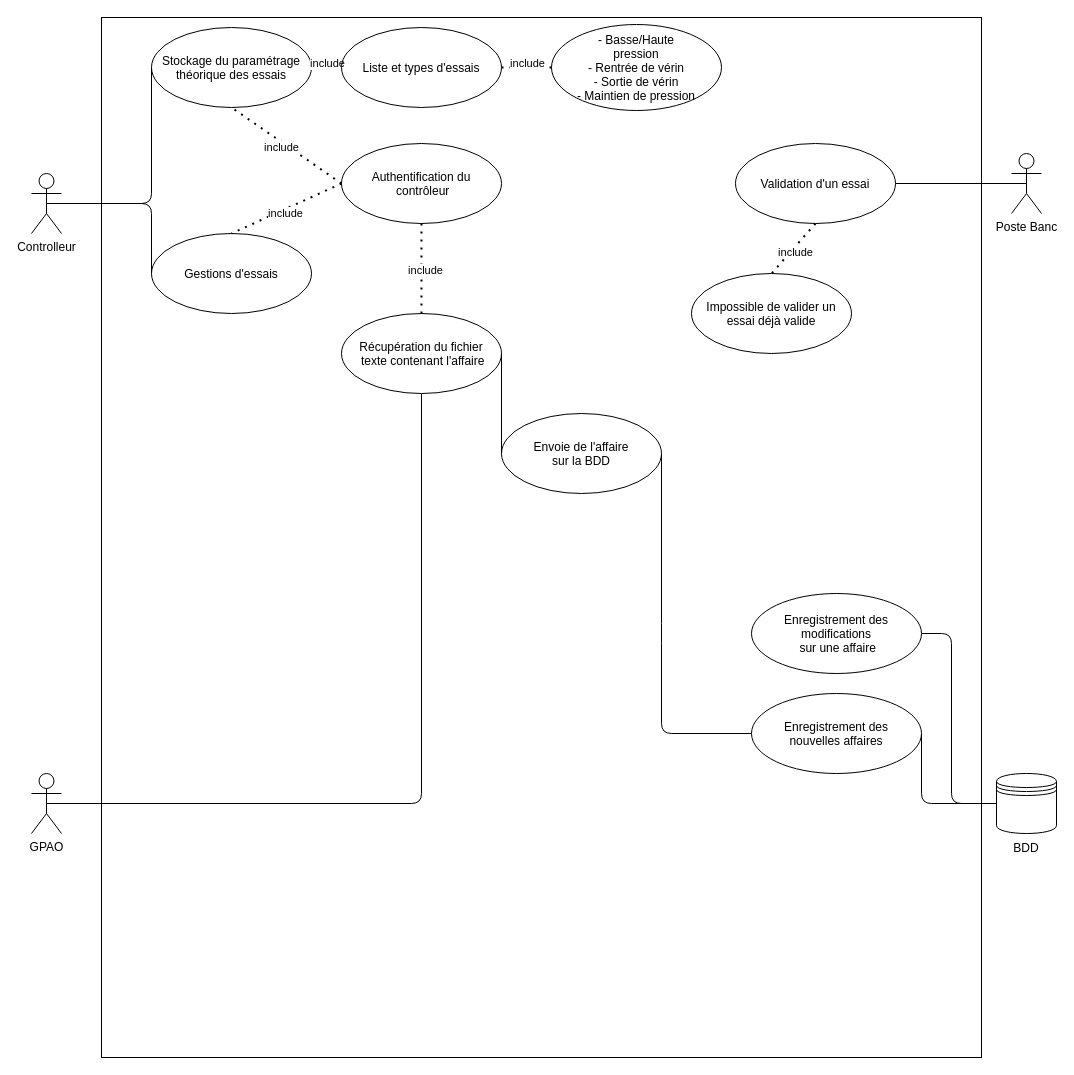
Earlier version of the draw.io diagram Analyse/Hugo/diagrammeDUtilisationHugo.drawio (MRCThomas/testDeVerinSurBancHydraulique). Source tidied: cells renumbered, new cells numbered last; positions are measured from the earlier drawing's top-left corner, leaving out a move shared by most shapes. Both pictures are drawn from the tidied source at 100%, with x=0, y=0 at pixel (31, 17).
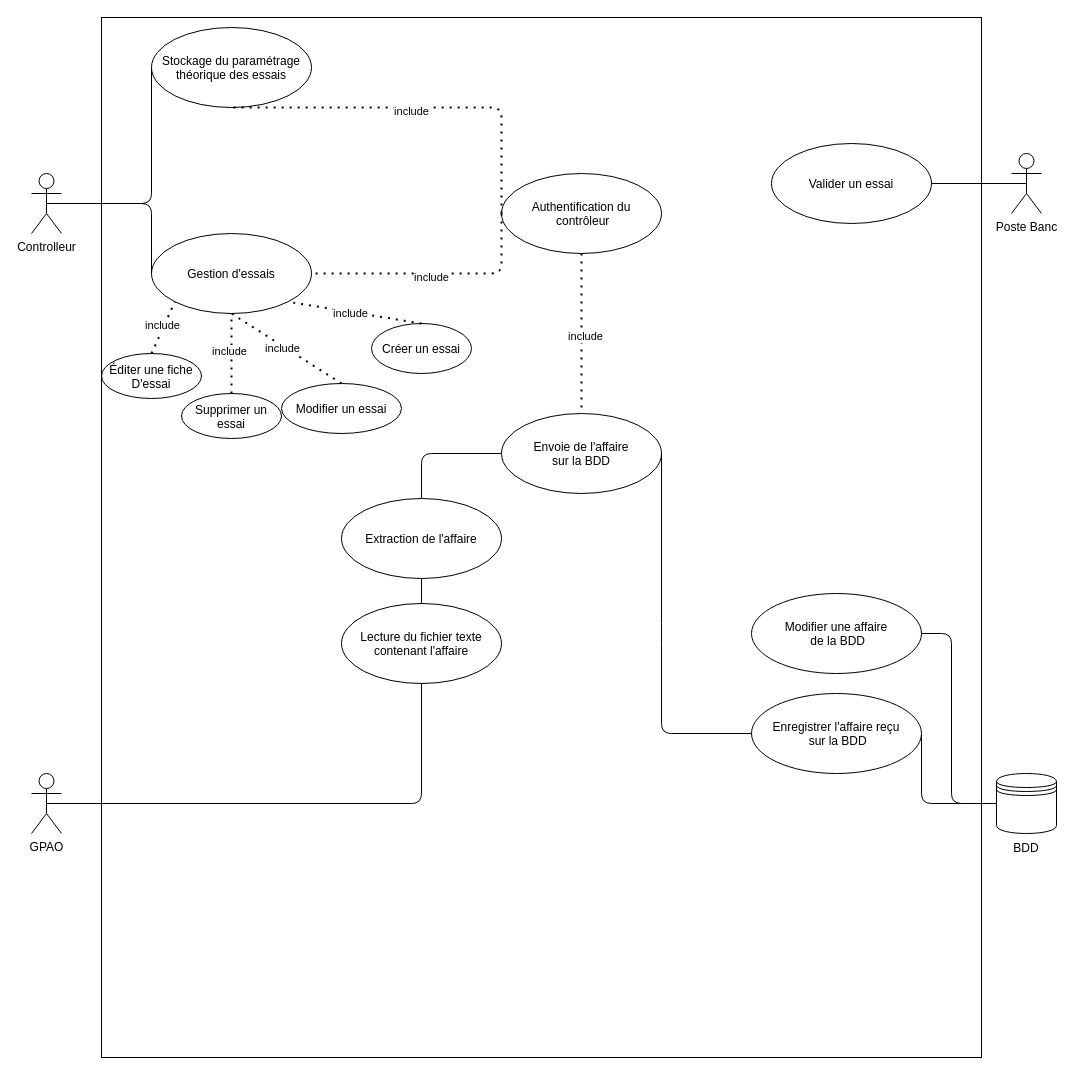
The same page after the edit.

Commit message:
UseCase Hugo

Modification et création de cas d'utilisations

Unchanged cells that the change refers to:
```xml
<mxCell id="12" value="Envoie de l'affaire&#10;sur la BDD" style="ellipse;fillColor=none;" parent="1" vertex="1">
  <mxGeometry x="470" y="396" width="160" height="80" as="geometry" />
</mxCell>
<mxCell id="19" value="Stockage du paramétrage&#10;théorique des essais" style="ellipse;fillColor=none;" parent="1" vertex="1">
  <mxGeometry x="120" y="10" width="160" height="80" as="geometry" />
</mxCell>
```

Diff of the diagram source:
```diff
@@
-    <mxCell id="9" value="Récupération du fichier&#10; texte contenant l'affaire" style="ellipse;fillColor=none;" parent="1" vertex="1">
-      <mxGeometry x="310" y="296" width="160" height="80" as="geometry" />
+    <mxCell id="9" value="Lecture du fichier texte&#10;contenant l'affaire" style="ellipse;fillColor=none;" parent="1" vertex="1">
+      <mxGeometry x="310" y="586" width="160" height="80" as="geometry" />
     </mxCell>
@@
-    <mxCell id="11" value="include" style="endArrow=none;dashed=1;html=1;dashPattern=1 3;strokeWidth=2;entryX=0.5;entryY=0;entryDx=0;entryDy=0;exitX=0.5;exitY=1;exitDx=0;exitDy=0;" parent="1" edge="1" source="13" target="9">
+    <mxCell id="11" value="include" style="endArrow=none;dashed=1;html=1;dashPattern=1 3;strokeWidth=2;entryX=0.5;entryY=0;entryDx=0;entryDy=0;exitX=0.5;exitY=1;exitDx=0;exitDy=0;" parent="1" edge="1" source="13" target="12">
       <mxGeometry x="0.04" y="4" relative="1" as="geometry" />
     </mxCell>
@@
     <mxCell id="13" value="Authentification du&#10; contrôleur" style="ellipse;fillColor=none;" parent="1" vertex="1">
-      <mxGeometry x="310" y="126" width="160" height="80" as="geometry" />
+      <mxGeometry x="470" y="156" width="160" height="80" as="geometry" />
     </mxCell>
-    <mxCell id="14" style="endArrow=none;html=1;exitX=1;exitY=0.5;exitDx=0;exitDy=0;entryX=0;entryY=0.5;entryDx=0;entryDy=0;" parent="1" edge="1" source="9" target="12">
-      <mxGeometry relative="1" as="geometry" />
+    <mxCell id="14" style="endArrow=none;html=1;exitX=0.5;exitY=0;exitDx=0;exitDy=0;entryX=0;entryY=0.5;entryDx=0;entryDy=0;" parent="1" edge="1" source="33" target="12">
+      <mxGeometry relative="1" as="geometry">
+        <Array as="points">
+          <mxPoint x="390" y="436" />
+        </Array>
+      </mxGeometry>
     </mxCell>
-    <mxCell id="15" value="Enregistrement des &#10;modifications&#10; sur une affaire" style="ellipse;fillColor=none;" parent="1" vertex="1">
+    <mxCell id="15" value="Modifier une affaire&#10; de la BDD" style="ellipse;fillColor=none;" parent="1" vertex="1">
       <mxGeometry x="720" y="576" width="170" height="80" as="geometry" />
     </mxCell>
@@
-    <mxCell id="17" value="Enregistrement des &#10;nouvelles affaires" style="ellipse;fillColor=none;" parent="1" vertex="1">
+    <mxCell id="17" value="Enregistrer l'affaire reçu&#10; sur la BDD" style="ellipse;fillColor=none;" parent="1" vertex="1">
       <mxGeometry x="720" y="676" width="170" height="80" as="geometry" />
     </mxCell>
@@
-    <mxCell id="20" value="include" style="endArrow=none;dashed=1;html=1;dashPattern=1 3;strokeWidth=2;exitX=1;exitY=0.5;exitDx=0;exitDy=0;entryX=0;entryY=0.5;entryDx=0;entryDy=0;" parent="1" edge="1" source="19" target="21">
-      <mxGeometry x="0.04" y="4" relative="1" as="geometry" />
-    </mxCell>
-    <mxCell id="21" value="Liste et types d'essais" style="ellipse;fillColor=none;" parent="1" vertex="1">
-      <mxGeometry x="310" y="10" width="160" height="80" as="geometry" />
-    </mxCell>
@@
-    <mxCell id="23" value="include" style="endArrow=none;dashed=1;html=1;dashPattern=1 3;strokeWidth=2;exitX=1;exitY=0.5;exitDx=0;exitDy=0;entryX=0;entryY=0.5;entryDx=0;entryDy=0;" parent="1" edge="1" source="21" target="24">
-      <mxGeometry x="0.04" y="4" relative="1" as="geometry" />
-    </mxCell>
-    <mxCell id="24" value="- Basse/Haute &#10;pression&#10;- Rentrée de vérin&#10;- Sortie de vérin&#10;- Maintien de pression" style="ellipse;fillColor=none;" parent="1" vertex="1">
-      <mxGeometry x="520" y="7" width="170" height="86" as="geometry" />
-    </mxCell>
     <mxCell id="25" value="include" style="endArrow=none;dashed=1;html=1;dashPattern=1 3;strokeWidth=2;entryX=0.5;entryY=1;entryDx=0;entryDy=0;exitX=0;exitY=0.5;exitDx=0;exitDy=0;" parent="1" edge="1" source="13" target="19">
-      <mxGeometry x="0.04" y="4" relative="1" as="geometry" />
+      <mxGeometry x="0.04" y="4" relative="1" as="geometry">
+        <Array as="points">
+          <mxPoint x="470" y="90" />
+        </Array>
+      </mxGeometry>
     </mxCell>
-    <mxCell id="26" value="Gestions d'essais" style="ellipse;fillColor=none;" parent="1" vertex="1">
+    <mxCell id="26" value="Gestion d'essais" style="ellipse;fillColor=none;" parent="1" vertex="1">
       <mxGeometry x="120" y="216" width="160" height="80" as="geometry" />
     </mxCell>
@@
-    <mxCell id="28" value="include" style="endArrow=none;dashed=1;html=1;dashPattern=1 3;strokeWidth=2;entryX=0.5;entryY=0;entryDx=0;entryDy=0;exitX=0;exitY=0.5;exitDx=0;exitDy=0;" parent="1" edge="1" source="13" target="26">
-      <mxGeometry x="0.04" y="4" relative="1" as="geometry" />
+    <mxCell id="28" value="include" style="endArrow=none;dashed=1;html=1;dashPattern=1 3;strokeWidth=2;entryX=1;entryY=0.5;entryDx=0;entryDy=0;exitX=0;exitY=0.5;exitDx=0;exitDy=0;" parent="1" edge="1" source="13" target="26">
+      <mxGeometry x="0.04" y="4" relative="1" as="geometry">
+        <Array as="points">
+          <mxPoint x="470" y="256" />
+        </Array>
+      </mxGeometry>
     </mxCell>
-    <mxCell id="29" value="Validation d'un essai" style="ellipse;fillColor=none;" parent="1" vertex="1">
-      <mxGeometry x="704" y="126" width="160" height="80" as="geometry" />
+    <mxCell id="29" value="Valider un essai" style="ellipse;fillColor=none;" parent="1" vertex="1">
+      <mxGeometry x="740" y="126" width="160" height="80" as="geometry" />
     </mxCell>
@@
-    <mxCell id="31" value="Impossible de valider un &#10;essai déjà valide" style="ellipse;fillColor=none;" parent="1" vertex="1">
-      <mxGeometry x="660" y="256" width="160" height="80" as="geometry" />
-    </mxCell>
-    <mxCell id="32" value="include" style="endArrow=none;dashed=1;html=1;dashPattern=1 3;strokeWidth=2;entryX=0.5;entryY=0;entryDx=0;entryDy=0;exitX=0.5;exitY=1;exitDx=0;exitDy=0;" parent="1" edge="1" source="29" target="31">
-      <mxGeometry x="0.04" y="4" relative="1" as="geometry" />
-    </mxCell>
+    <mxCell id="33" value="Extraction de l'affaire" style="ellipse;fillColor=none;" parent="1" vertex="1">
+      <mxGeometry x="310" y="481" width="160" height="80" as="geometry" />
+    </mxCell>
+    <mxCell id="34" style="endArrow=none;html=1;exitX=0.5;exitY=0;exitDx=0;exitDy=0;entryX=0.5;entryY=1;entryDx=0;entryDy=0;" parent="1" edge="1" source="9" target="33">
+      <mxGeometry relative="1" as="geometry" />
+    </mxCell>
+    <mxCell id="35" value="include" style="endArrow=none;dashed=1;html=1;dashPattern=1 3;strokeWidth=2;entryX=1;entryY=1;entryDx=0;entryDy=0;exitX=0.5;exitY=0;exitDx=0;exitDy=0;" parent="1" edge="1" source="36" target="26">
+      <mxGeometry x="0.06" y="2" relative="1" as="geometry" />
+    </mxCell>
+    <mxCell id="36" value="Créer un essai" style="ellipse;fillColor=none;" parent="1" vertex="1">
+      <mxGeometry x="340" y="306" width="100" height="50" as="geometry" />
+    </mxCell>
+    <mxCell id="37" value="Modifier un essai" style="ellipse;fillColor=none;" parent="1" vertex="1">
+      <mxGeometry x="250" y="366" width="120" height="50" as="geometry" />
+    </mxCell>
+    <mxCell id="38" value="include" style="endArrow=none;dashed=1;html=1;dashPattern=1 3;strokeWidth=2;entryX=0.5;entryY=1;entryDx=0;entryDy=0;exitX=0.5;exitY=0;exitDx=0;exitDy=0;" parent="1" edge="1" source="37" target="26">
+      <mxGeometry x="0.06" y="2" relative="1" as="geometry" />
+    </mxCell>
+    <mxCell id="39" value="Supprimer un &#10;essai" style="ellipse;fillColor=none;" parent="1" vertex="1">
+      <mxGeometry x="150" y="376" width="100" height="45" as="geometry" />
+    </mxCell>
+    <mxCell id="40" value="Éditer une fiche&#10;D'essai" style="ellipse;fillColor=none;" parent="1" vertex="1">
+      <mxGeometry x="70" y="336" width="100" height="45" as="geometry" />
+    </mxCell>
+    <mxCell id="41" value="include" style="endArrow=none;dashed=1;html=1;dashPattern=1 3;strokeWidth=2;entryX=0;entryY=1;entryDx=0;entryDy=0;exitX=0.5;exitY=0;exitDx=0;exitDy=0;" parent="1" edge="1" source="40" target="26">
+      <mxGeometry x="0.06" y="2" relative="1" as="geometry" />
+    </mxCell>
+    <mxCell id="42" value="include" style="endArrow=none;dashed=1;html=1;dashPattern=1 3;strokeWidth=2;entryX=0.5;entryY=1;entryDx=0;entryDy=0;exitX=0.5;exitY=0;exitDx=0;exitDy=0;" parent="1" edge="1" source="39" target="26">
+      <mxGeometry x="0.06" y="2" relative="1" as="geometry" />
+    </mxCell>
```
